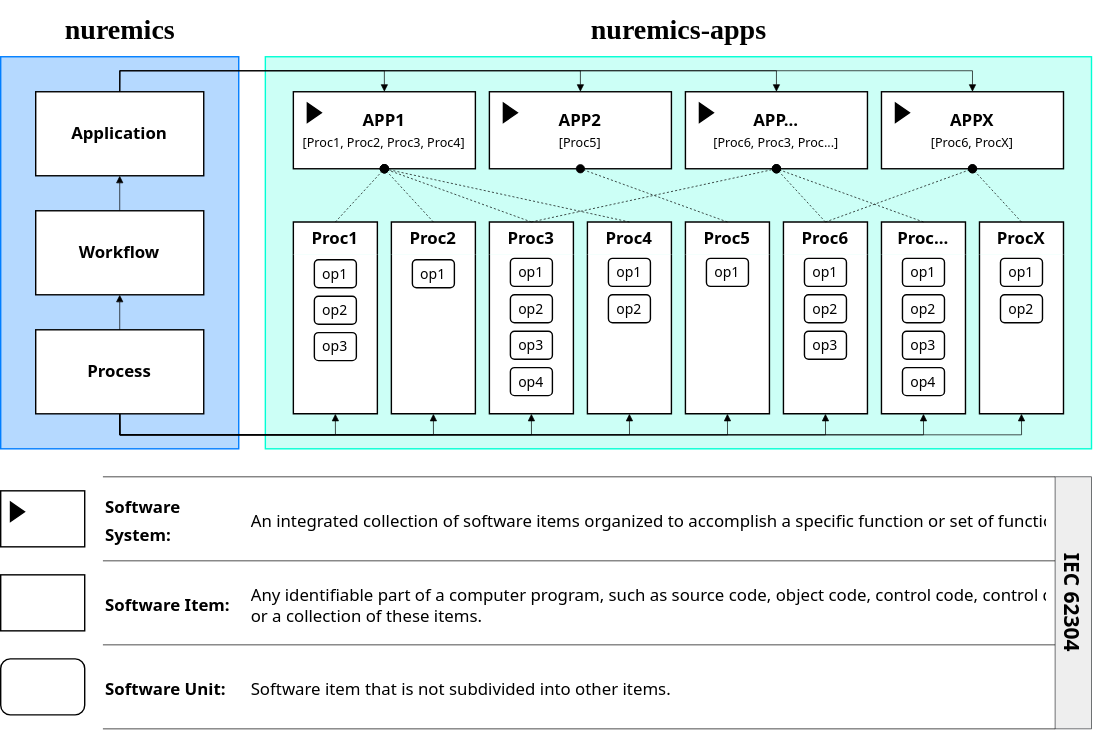
Earlier version of the draw.io export assets/architecture.svg (julien-siguenza/nuremics-data). Source tidied: cells renumbered, new cells last; positions are measured from the earlier drawing's top-left corner, leaving out a move shared by most shapes.
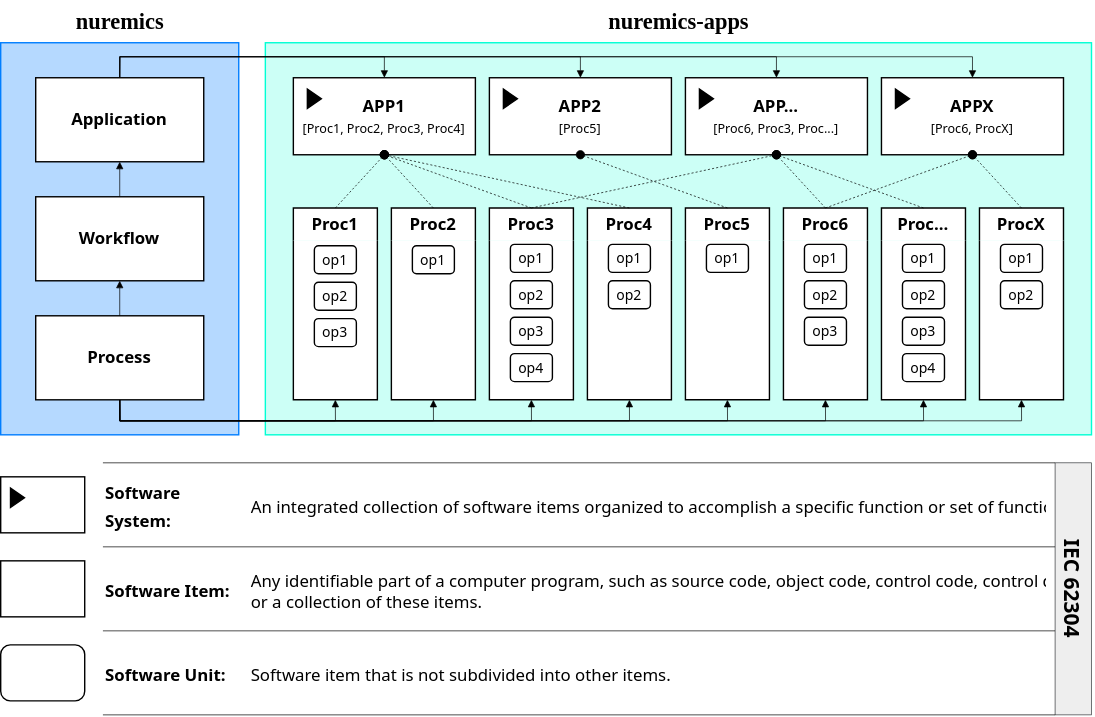
The same diagram one commit later.

Commit message:
change size of police in architecture diagram

Change to the diagram source:
```diff
@@ -11,11 +11,11 @@
     <mxCell id="4" style="endArrow=block;html=1;rounded=0;entryX=0.5;entryY=1;entryDx=0;entryDy=0;exitX=0.5;exitY=0;exitDx=0;exitDy=0;endSize=4;endFill=1;startSize=4;strokeWidth=0.5;" parent="1" edge="1" source="20" target="11">
       <mxGeometry relative="1" as="geometry" />
     </mxCell>
-    <mxCell id="5" value="&lt;font face=&quot;Consolas&quot; style=&quot;font-size: 20px;&quot;&gt;&lt;b style=&quot;&quot;&gt;nuremics-apps&lt;/b&gt;&lt;/font&gt;" style="text;html=1;align=center;verticalAlign=middle;strokeColor=none;fillColor=none;" parent="1" vertex="1">
-      <mxGeometry x="399" width="170" height="40" as="geometry" />
+    <mxCell id="5" value="&lt;font face=&quot;Consolas&quot; style=&quot;font-size: 16px;&quot;&gt;&lt;b style=&quot;&quot;&gt;nuremics-apps&lt;/b&gt;&lt;/font&gt;" style="text;html=1;align=center;verticalAlign=middle;strokeColor=none;fillColor=none;" parent="1" vertex="1">
+      <mxGeometry x="414" y="10" width="140" height="30" as="geometry" />
     </mxCell>
-    <mxCell id="6" value="&lt;font face=&quot;Consolas&quot; style=&quot;font-size: 20px;&quot;&gt;&lt;b style=&quot;&quot;&gt;nuremics&lt;/b&gt;&lt;/font&gt;" style="text;html=1;align=center;verticalAlign=middle;strokeColor=none;fillColor=none;" parent="1" vertex="1">
-      <mxGeometry x="30" width="110" height="40" as="geometry" />
+    <mxCell id="6" value="&lt;font face=&quot;Consolas&quot; style=&quot;font-size: 16px;&quot;&gt;&lt;b style=&quot;&quot;&gt;nuremics&lt;/b&gt;&lt;/font&gt;" style="text;html=1;align=center;verticalAlign=middle;strokeColor=none;fillColor=none;" parent="1" vertex="1">
+      <mxGeometry x="40" y="10" width="90" height="30" as="geometry" />
     </mxCell>
     <mxCell id="7" style="edgeStyle=orthogonalEdgeStyle;rounded=0;jettySize=auto;html=1;exitX=0.5;exitY=0;exitDx=0;exitDy=0;entryX=0.5;entryY=0;entryDx=0;entryDy=0;endArrow=block;endFill=1;endSize=4;startSize=4;strokeWidth=0.5;" parent="1" edge="1" source="11" target="53">
       <mxGeometry relative="1" as="geometry">
```
